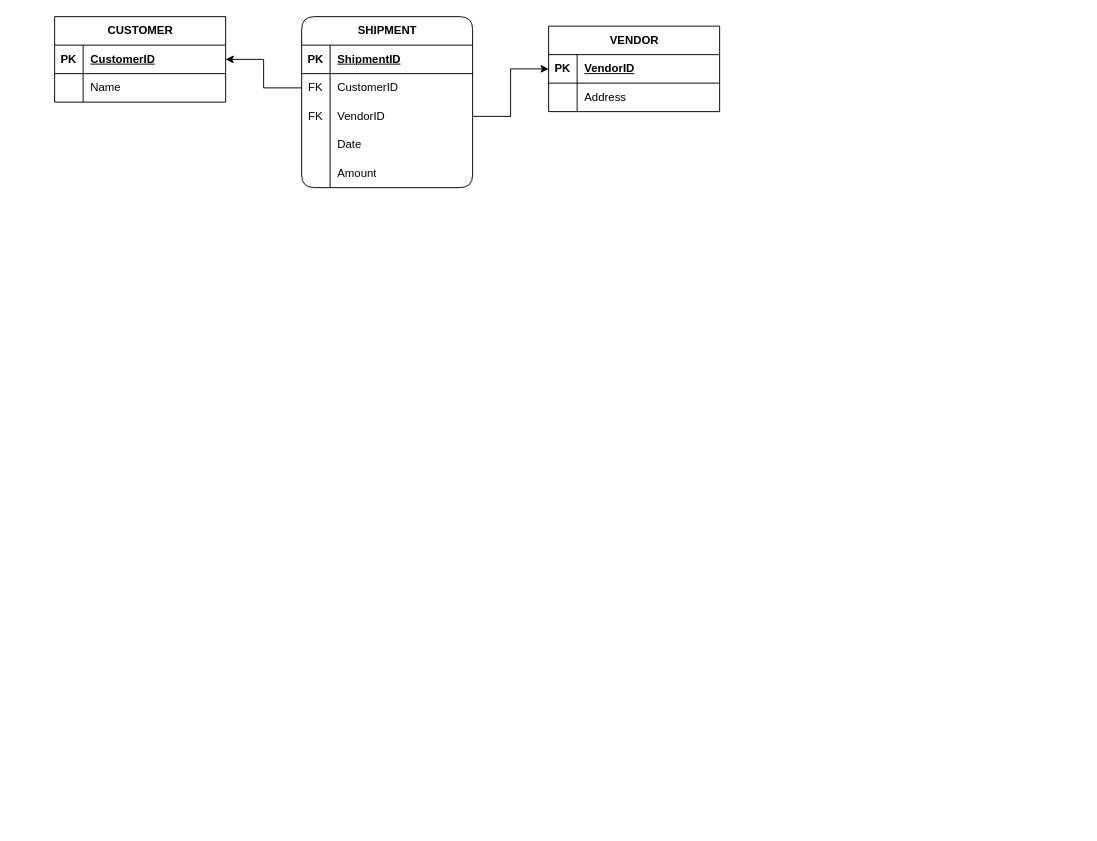
Before: C4 ERD.drawio in SamanZargarzadeh/ERD, a draw.io diagram. Source tidied: cells renumbered, new cells numbered last; positions are measured from the earlier drawing's top-left corner, leaving out a move shared by most shapes. Both pictures are drawn from the tidied source at 95%, with x=0, y=0 at pixel (54, 16).
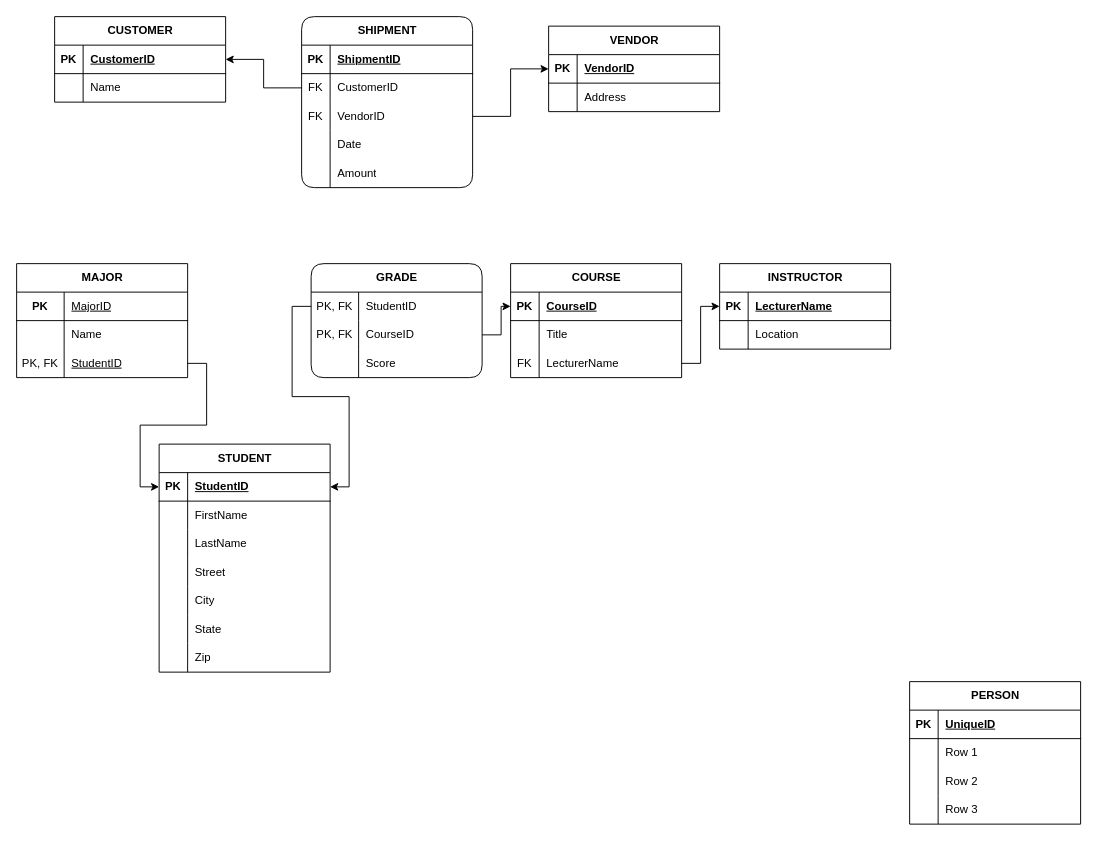
Above is the later version.

Diff of the diagram source:
```diff
@@
+    <mxCell id="36" value="STUDENT" style="shape=table;startSize=30;childLayout=tableLayout;rowLines=0;fontStyle=1;align=center;html=1;" parent="1" vertex="1">
+      <mxGeometry x="110" y="450" width="180" height="240" as="geometry" />
+    </mxCell>
+    <mxCell id="37" style="shape=tableRow;horizontal=0;startSize=0;swimlaneHead=0;swimlaneBody=0;fillColor=none;points=[[0,0.5],[1,0.5]];portConstraint=eastwest;top=0;left=0;right=0;bottom=1;" parent="36" vertex="1">
+      <mxGeometry y="30" width="180" height="30" as="geometry" />
+    </mxCell>
+    <mxCell id="38" value="PK" style="shape=partialRectangle;fillColor=none;top=0;left=0;bottom=0;right=0;fontStyle=1;overflow=hidden;whiteSpace=wrap;html=1;" parent="37" vertex="1">
+      <mxGeometry width="30" height="30" as="geometry" />
+    </mxCell>
+    <mxCell id="39" value="StudentID" style="shape=partialRectangle;fillColor=none;top=0;left=0;bottom=0;right=0;align=left;spacingLeft=6;fontStyle=5;overflow=hidden;whiteSpace=wrap;html=1;" parent="37" vertex="1">
+      <mxGeometry x="30" width="150" height="30" as="geometry" />
+    </mxCell>
+    <mxCell id="40" style="shape=tableRow;horizontal=0;startSize=0;swimlaneHead=0;swimlaneBody=0;fillColor=none;top=0;left=0;right=0;bottom=0;" parent="36" vertex="1">
+      <mxGeometry y="60" width="180" height="30" as="geometry" />
+    </mxCell>
+    <mxCell id="41" style="shape=partialRectangle;fillColor=none;top=0;left=0;bottom=0;right=0;overflow=hidden;whiteSpace=wrap;html=1;" parent="40" vertex="1">
+      <mxGeometry width="30" height="30" as="geometry" />
+    </mxCell>
+    <mxCell id="42" value="FirstName" style="shape=partialRectangle;fillColor=none;top=0;left=0;bottom=0;right=0;align=left;spacingLeft=6;overflow=hidden;whiteSpace=wrap;html=1;" parent="40" vertex="1">
+      <mxGeometry x="30" width="150" height="30" as="geometry" />
+    </mxCell>
+    <mxCell id="43" style="shape=tableRow;horizontal=0;startSize=0;swimlaneHead=0;swimlaneBody=0;fillColor=none;top=0;left=0;right=0;bottom=0;" parent="36" vertex="1">
+      <mxGeometry y="90" width="180" height="30" as="geometry" />
+    </mxCell>
+    <mxCell id="44" style="shape=partialRectangle;fillColor=none;top=0;left=0;bottom=0;right=0;overflow=hidden;whiteSpace=wrap;html=1;" parent="43" vertex="1">
+      <mxGeometry width="30" height="30" as="geometry" />
+    </mxCell>
+    <mxCell id="45" value="LastName" style="shape=partialRectangle;fillColor=none;top=0;left=0;bottom=0;right=0;align=left;spacingLeft=6;overflow=hidden;whiteSpace=wrap;html=1;" parent="43" vertex="1">
+      <mxGeometry x="30" width="150" height="30" as="geometry" />
+    </mxCell>
+    <mxCell id="46" style="shape=tableRow;horizontal=0;startSize=0;swimlaneHead=0;swimlaneBody=0;fillColor=none;top=0;left=0;right=0;bottom=0;" parent="36" vertex="1">
+      <mxGeometry y="120" width="180" height="30" as="geometry" />
+    </mxCell>
+    <mxCell id="47" style="shape=partialRectangle;fillColor=none;top=0;left=0;bottom=0;right=0;overflow=hidden;whiteSpace=wrap;html=1;" parent="46" vertex="1">
+      <mxGeometry width="30" height="30" as="geometry" />
+    </mxCell>
+    <mxCell id="48" value="Street" style="shape=partialRectangle;fillColor=none;top=0;left=0;bottom=0;right=0;align=left;spacingLeft=6;overflow=hidden;whiteSpace=wrap;html=1;" parent="46" vertex="1">
+      <mxGeometry x="30" width="150" height="30" as="geometry" />
+    </mxCell>
+    <mxCell id="49" style="shape=tableRow;horizontal=0;startSize=0;swimlaneHead=0;swimlaneBody=0;fillColor=none;top=0;left=0;right=0;bottom=0;" parent="36" vertex="1">
+      <mxGeometry y="150" width="180" height="30" as="geometry" />
+    </mxCell>
+    <mxCell id="50" style="shape=partialRectangle;fillColor=none;top=0;left=0;bottom=0;right=0;overflow=hidden;whiteSpace=wrap;html=1;" parent="49" vertex="1">
+      <mxGeometry width="30" height="30" as="geometry" />
+    </mxCell>
+    <mxCell id="51" value="City" style="shape=partialRectangle;fillColor=none;top=0;left=0;bottom=0;right=0;align=left;spacingLeft=6;overflow=hidden;whiteSpace=wrap;html=1;" parent="49" vertex="1">
+      <mxGeometry x="30" width="150" height="30" as="geometry" />
+    </mxCell>
+    <mxCell id="52" style="shape=tableRow;horizontal=0;startSize=0;swimlaneHead=0;swimlaneBody=0;fillColor=none;top=0;left=0;right=0;bottom=0;" parent="36" vertex="1">
+      <mxGeometry y="180" width="180" height="30" as="geometry" />
+    </mxCell>
+    <mxCell id="53" style="shape=partialRectangle;fillColor=none;top=0;left=0;bottom=0;right=0;overflow=hidden;whiteSpace=wrap;html=1;" parent="52" vertex="1">
+      <mxGeometry width="30" height="30" as="geometry" />
+    </mxCell>
+    <mxCell id="54" value="State" style="shape=partialRectangle;fillColor=none;top=0;left=0;bottom=0;right=0;align=left;spacingLeft=6;overflow=hidden;whiteSpace=wrap;html=1;" parent="52" vertex="1">
+      <mxGeometry x="30" width="150" height="30" as="geometry" />
+    </mxCell>
+    <mxCell id="55" style="shape=tableRow;horizontal=0;startSize=0;swimlaneHead=0;swimlaneBody=0;fillColor=none;top=0;left=0;right=0;bottom=0;" parent="36" vertex="1">
+      <mxGeometry y="210" width="180" height="30" as="geometry" />
+    </mxCell>
+    <mxCell id="56" style="shape=partialRectangle;fillColor=none;top=0;left=0;bottom=0;right=0;overflow=hidden;whiteSpace=wrap;html=1;" parent="55" vertex="1">
+      <mxGeometry width="30" height="30" as="geometry" />
+    </mxCell>
+    <mxCell id="57" value="Zip" style="shape=partialRectangle;fillColor=none;top=0;left=0;bottom=0;right=0;align=left;spacingLeft=6;overflow=hidden;whiteSpace=wrap;html=1;" parent="55" vertex="1">
+      <mxGeometry x="30" width="150" height="30" as="geometry" />
+    </mxCell>
+    <mxCell id="58" value="COURSE" style="shape=table;startSize=30;childLayout=tableLayout;rowLines=0;fontStyle=1;align=center;html=1;" parent="1" vertex="1">
+      <mxGeometry x="480" y="260" width="180" height="120" as="geometry" />
+    </mxCell>
+    <mxCell id="59" style="shape=tableRow;horizontal=0;startSize=0;swimlaneHead=0;swimlaneBody=0;fillColor=none;points=[[0,0.5],[1,0.5]];portConstraint=eastwest;top=0;left=0;right=0;bottom=1;" parent="58" vertex="1">
+      <mxGeometry y="30" width="180" height="30" as="geometry" />
+    </mxCell>
+    <mxCell id="60" value="PK" style="shape=partialRectangle;fillColor=none;top=0;left=0;bottom=0;right=0;fontStyle=1;overflow=hidden;whiteSpace=wrap;html=1;" parent="59" vertex="1">
+      <mxGeometry width="30" height="30" as="geometry" />
+    </mxCell>
+    <mxCell id="61" value="CourseID" style="shape=partialRectangle;fillColor=none;top=0;left=0;bottom=0;right=0;align=left;spacingLeft=6;fontStyle=5;overflow=hidden;whiteSpace=wrap;html=1;" parent="59" vertex="1">
+      <mxGeometry x="30" width="150" height="30" as="geometry" />
+    </mxCell>
+    <mxCell id="62" style="shape=tableRow;horizontal=0;startSize=0;swimlaneHead=0;swimlaneBody=0;fillColor=none;top=0;left=0;right=0;bottom=0;" parent="58" vertex="1">
+      <mxGeometry y="60" width="180" height="30" as="geometry" />
+    </mxCell>
+    <mxCell id="63" style="shape=partialRectangle;fillColor=none;top=0;left=0;bottom=0;right=0;overflow=hidden;whiteSpace=wrap;html=1;" parent="62" vertex="1">
+      <mxGeometry width="30" height="30" as="geometry" />
+    </mxCell>
+    <mxCell id="64" value="Title" style="shape=partialRectangle;fillColor=none;top=0;left=0;bottom=0;right=0;align=left;spacingLeft=6;overflow=hidden;whiteSpace=wrap;html=1;" parent="62" vertex="1">
+      <mxGeometry x="30" width="150" height="30" as="geometry" />
+    </mxCell>
+    <mxCell id="65" style="shape=tableRow;horizontal=0;startSize=0;swimlaneHead=0;swimlaneBody=0;fillColor=none;points=[[0,0.5],[1,0.5]];portConstraint=eastwest;top=0;left=0;right=0;bottom=0;" parent="58" vertex="1">
+      <mxGeometry y="90" width="180" height="30" as="geometry" />
+    </mxCell>
+    <mxCell id="66" value="FK" style="shape=partialRectangle;fillColor=none;top=0;left=0;bottom=0;right=0;overflow=hidden;whiteSpace=wrap;html=1;" parent="65" vertex="1">
+      <mxGeometry width="30" height="30" as="geometry" />
+    </mxCell>
+    <mxCell id="67" value="LecturerName" style="shape=partialRectangle;fillColor=none;top=0;left=0;bottom=0;right=0;align=left;spacingLeft=6;overflow=hidden;whiteSpace=wrap;html=1;" parent="65" vertex="1">
+      <mxGeometry x="30" width="150" height="30" as="geometry" />
+    </mxCell>
+    <mxCell id="68" value="INSTRUCTOR" style="shape=table;startSize=30;childLayout=tableLayout;rowLines=0;fontStyle=1;align=center;html=1;" parent="1" vertex="1">
+      <mxGeometry x="700" y="260" width="180" height="90" as="geometry" />
+    </mxCell>
+    <mxCell id="69" style="shape=tableRow;horizontal=0;startSize=0;swimlaneHead=0;swimlaneBody=0;fillColor=none;points=[[0,0.5],[1,0.5]];portConstraint=eastwest;top=0;left=0;right=0;bottom=1;" parent="68" vertex="1">
+      <mxGeometry y="30" width="180" height="30" as="geometry" />
+    </mxCell>
+    <mxCell id="70" value="PK" style="shape=partialRectangle;fillColor=none;top=0;left=0;bottom=0;right=0;fontStyle=1;overflow=hidden;whiteSpace=wrap;html=1;" parent="69" vertex="1">
+      <mxGeometry width="30" height="30" as="geometry" />
+    </mxCell>
+    <mxCell id="71" value="LecturerName" style="shape=partialRectangle;fillColor=none;top=0;left=0;bottom=0;right=0;align=left;spacingLeft=6;fontStyle=5;overflow=hidden;whiteSpace=wrap;html=1;" parent="69" vertex="1">
+      <mxGeometry x="30" width="150" height="30" as="geometry" />
+    </mxCell>
+    <mxCell id="72" style="shape=tableRow;horizontal=0;startSize=0;swimlaneHead=0;swimlaneBody=0;fillColor=none;top=0;left=0;right=0;bottom=0;" parent="68" vertex="1">
+      <mxGeometry y="60" width="180" height="30" as="geometry" />
+    </mxCell>
+    <mxCell id="73" style="shape=partialRectangle;fillColor=none;top=0;left=0;bottom=0;right=0;overflow=hidden;whiteSpace=wrap;html=1;" parent="72" vertex="1">
+      <mxGeometry width="30" height="30" as="geometry" />
+    </mxCell>
+    <mxCell id="74" value="Location" style="shape=partialRectangle;fillColor=none;top=0;left=0;bottom=0;right=0;align=left;spacingLeft=6;overflow=hidden;whiteSpace=wrap;html=1;" parent="72" vertex="1">
+      <mxGeometry x="30" width="150" height="30" as="geometry" />
+    </mxCell>
+    <mxCell id="75" value="MAJOR" style="shape=table;startSize=30;childLayout=tableLayout;rowLines=0;fontStyle=1;align=center;html=1;" parent="1" vertex="1">
+      <mxGeometry x="-40" y="260" width="180" height="120" as="geometry" />
+    </mxCell>
+    <mxCell id="76" style="shape=tableRow;horizontal=0;startSize=0;swimlaneHead=0;swimlaneBody=0;fillColor=none;top=0;left=0;right=0;bottom=1;" parent="75" vertex="1">
+      <mxGeometry y="30" width="180" height="30" as="geometry" />
+    </mxCell>
+    <mxCell id="77" value="PK" style="shape=partialRectangle;fillColor=none;top=0;left=0;bottom=0;right=0;fontStyle=1;overflow=hidden;whiteSpace=wrap;html=1;" parent="76" vertex="1">
+      <mxGeometry width="50" height="30" as="geometry" />
+    </mxCell>
+    <mxCell id="78" value="&lt;span style=&quot;font-weight: normal;&quot;&gt;MajorID&lt;/span&gt;" style="shape=partialRectangle;fillColor=none;top=0;left=0;bottom=0;right=0;align=left;spacingLeft=6;fontStyle=5;overflow=hidden;whiteSpace=wrap;html=1;" parent="76" vertex="1">
+      <mxGeometry x="50" width="130" height="30" as="geometry" />
+    </mxCell>
+    <mxCell id="79" style="shape=tableRow;horizontal=0;startSize=0;swimlaneHead=0;swimlaneBody=0;fillColor=none;top=0;left=0;right=0;bottom=0;" parent="75" vertex="1">
+      <mxGeometry y="60" width="180" height="30" as="geometry" />
+    </mxCell>
+    <mxCell id="80" style="shape=partialRectangle;fillColor=none;top=0;left=0;bottom=0;right=0;overflow=hidden;whiteSpace=wrap;html=1;" parent="79" vertex="1">
+      <mxGeometry width="50" height="30" as="geometry" />
+    </mxCell>
+    <mxCell id="81" value="Name" style="shape=partialRectangle;fillColor=none;top=0;left=0;bottom=0;right=0;align=left;spacingLeft=6;overflow=hidden;whiteSpace=wrap;html=1;" parent="79" vertex="1">
+      <mxGeometry x="50" width="130" height="30" as="geometry" />
+    </mxCell>
+    <mxCell id="82" style="shape=tableRow;horizontal=0;startSize=0;swimlaneHead=0;swimlaneBody=0;fillColor=none;points=[[0,0.5],[1,0.5]];portConstraint=eastwest;top=0;left=0;right=0;bottom=0;" parent="75" vertex="1">
+      <mxGeometry y="90" width="180" height="30" as="geometry" />
+    </mxCell>
+    <mxCell id="83" value="PK, FK" style="shape=partialRectangle;fillColor=none;top=0;left=0;bottom=0;right=0;overflow=hidden;whiteSpace=wrap;html=1;" parent="82" vertex="1">
+      <mxGeometry width="50" height="30" as="geometry" />
+    </mxCell>
+    <mxCell id="84" value="&lt;u&gt;StudentID&lt;/u&gt;" style="shape=partialRectangle;fillColor=none;top=0;left=0;bottom=0;right=0;align=left;spacingLeft=6;overflow=hidden;whiteSpace=wrap;html=1;" parent="82" vertex="1">
+      <mxGeometry x="50" width="130" height="30" as="geometry" />
+    </mxCell>
+    <mxCell id="85" value="GRADE" style="shape=table;startSize=30;childLayout=tableLayout;rowLines=0;fontStyle=1;align=center;html=1;rounded=1;" parent="1" vertex="1">
+      <mxGeometry x="270" y="260" width="180" height="120" as="geometry" />
+    </mxCell>
+    <mxCell id="86" style="shape=tableRow;horizontal=0;startSize=0;swimlaneHead=0;swimlaneBody=0;fillColor=none;points=[[0,0.5],[1,0.5]];portConstraint=eastwest;top=0;left=0;right=0;bottom=0;" parent="85" vertex="1">
+      <mxGeometry y="30" width="180" height="30" as="geometry" />
+    </mxCell>
+    <mxCell id="87" value="PK, FK" style="shape=partialRectangle;fillColor=none;top=0;left=0;bottom=0;right=0;overflow=hidden;whiteSpace=wrap;html=1;" parent="86" vertex="1">
+      <mxGeometry width="50" height="30" as="geometry" />
+    </mxCell>
+    <mxCell id="88" value="StudentID" style="shape=partialRectangle;fillColor=none;top=0;left=0;bottom=0;right=0;align=left;spacingLeft=6;overflow=hidden;whiteSpace=wrap;html=1;" parent="86" vertex="1">
+      <mxGeometry x="50" width="130" height="30" as="geometry" />
+    </mxCell>
+    <mxCell id="89" style="shape=tableRow;horizontal=0;startSize=0;swimlaneHead=0;swimlaneBody=0;fillColor=none;points=[[0,0.5],[1,0.5]];portConstraint=eastwest;top=0;left=0;right=0;bottom=0;" parent="85" vertex="1">
+      <mxGeometry y="60" width="180" height="30" as="geometry" />
+    </mxCell>
+    <mxCell id="90" value="PK, FK" style="shape=partialRectangle;fillColor=none;top=0;left=0;bottom=0;right=0;overflow=hidden;whiteSpace=wrap;html=1;" parent="89" vertex="1">
+      <mxGeometry width="50" height="30" as="geometry" />
+    </mxCell>
+    <mxCell id="91" value="CourseID" style="shape=partialRectangle;fillColor=none;top=0;left=0;bottom=0;right=0;align=left;spacingLeft=6;overflow=hidden;whiteSpace=wrap;html=1;" parent="89" vertex="1">
+      <mxGeometry x="50" width="130" height="30" as="geometry" />
+    </mxCell>
+    <mxCell id="92" style="shape=tableRow;horizontal=0;startSize=0;swimlaneHead=0;swimlaneBody=0;fillColor=none;top=0;left=0;right=0;bottom=0;" parent="85" vertex="1">
+      <mxGeometry y="90" width="180" height="30" as="geometry" />
+    </mxCell>
+    <mxCell id="93" style="shape=partialRectangle;fillColor=none;top=0;left=0;bottom=0;right=0;overflow=hidden;whiteSpace=wrap;html=1;" parent="92" vertex="1">
+      <mxGeometry width="50" height="30" as="geometry" />
+    </mxCell>
+    <mxCell id="94" value="Score" style="shape=partialRectangle;fillColor=none;top=0;left=0;bottom=0;right=0;align=left;spacingLeft=6;overflow=hidden;whiteSpace=wrap;html=1;" parent="92" vertex="1">
+      <mxGeometry x="50" width="130" height="30" as="geometry" />
+    </mxCell>
+    <mxCell id="95" style="edgeStyle=orthogonalEdgeStyle;rounded=0;jettySize=auto;html=1;entryX=0;entryY=0.5;entryDx=0;entryDy=0;" parent="1" edge="1" source="82" target="37">
+      <mxGeometry relative="1" as="geometry" />
+    </mxCell>
+    <mxCell id="96" style="edgeStyle=orthogonalEdgeStyle;rounded=0;jettySize=auto;html=1;entryX=0;entryY=0.5;entryDx=0;entryDy=0;" parent="1" edge="1" source="65" target="69">
+      <mxGeometry relative="1" as="geometry" />
+    </mxCell>
+    <mxCell id="97" style="edgeStyle=orthogonalEdgeStyle;rounded=0;jettySize=auto;html=1;entryX=1;entryY=0.5;entryDx=0;entryDy=0;" parent="1" edge="1" source="86" target="37">
+      <mxGeometry relative="1" as="geometry" />
+    </mxCell>
+    <mxCell id="98" style="edgeStyle=orthogonalEdgeStyle;rounded=0;jettySize=auto;html=1;entryX=0;entryY=0.5;entryDx=0;entryDy=0;" parent="1" edge="1" source="89" target="59">
+      <mxGeometry relative="1" as="geometry" />
+    </mxCell>
+    <mxCell id="99" value="PERSON" style="shape=table;startSize=30;childLayout=tableLayout;rowLines=0;fontStyle=1;align=center;html=1;" parent="1" vertex="1">
+      <mxGeometry x="900" y="700" width="180" height="150" as="geometry" />
+    </mxCell>
+    <mxCell id="100" style="shape=tableRow;horizontal=0;startSize=0;swimlaneHead=0;swimlaneBody=0;fillColor=none;top=0;left=0;right=0;bottom=1;" parent="99" vertex="1">
+      <mxGeometry y="30" width="180" height="30" as="geometry" />
+    </mxCell>
+    <mxCell id="101" value="PK" style="shape=partialRectangle;fillColor=none;top=0;left=0;bottom=0;right=0;fontStyle=1;overflow=hidden;whiteSpace=wrap;html=1;" parent="100" vertex="1">
+      <mxGeometry width="30" height="30" as="geometry" />
+    </mxCell>
+    <mxCell id="102" value="UniqueID" style="shape=partialRectangle;fillColor=none;top=0;left=0;bottom=0;right=0;align=left;spacingLeft=6;fontStyle=5;overflow=hidden;whiteSpace=wrap;html=1;" parent="100" vertex="1">
+      <mxGeometry x="30" width="150" height="30" as="geometry" />
+    </mxCell>
+    <mxCell id="103" style="shape=tableRow;horizontal=0;startSize=0;swimlaneHead=0;swimlaneBody=0;fillColor=none;top=0;left=0;right=0;bottom=0;" parent="99" vertex="1">
+      <mxGeometry y="60" width="180" height="30" as="geometry" />
+    </mxCell>
+    <mxCell id="104" style="shape=partialRectangle;fillColor=none;top=0;left=0;bottom=0;right=0;overflow=hidden;whiteSpace=wrap;html=1;" parent="103" vertex="1">
+      <mxGeometry width="30" height="30" as="geometry" />
+    </mxCell>
+    <mxCell id="105" value="Row 1" style="shape=partialRectangle;fillColor=none;top=0;left=0;bottom=0;right=0;align=left;spacingLeft=6;overflow=hidden;whiteSpace=wrap;html=1;" parent="103" vertex="1">
+      <mxGeometry x="30" width="150" height="30" as="geometry" />
+    </mxCell>
+    <mxCell id="106" style="shape=tableRow;horizontal=0;startSize=0;swimlaneHead=0;swimlaneBody=0;fillColor=none;top=0;left=0;right=0;bottom=0;" parent="99" vertex="1">
+      <mxGeometry y="90" width="180" height="30" as="geometry" />
+    </mxCell>
+    <mxCell id="107" style="shape=partialRectangle;fillColor=none;top=0;left=0;bottom=0;right=0;overflow=hidden;whiteSpace=wrap;html=1;" parent="106" vertex="1">
+      <mxGeometry width="30" height="30" as="geometry" />
+    </mxCell>
+    <mxCell id="108" value="Row 2" style="shape=partialRectangle;fillColor=none;top=0;left=0;bottom=0;right=0;align=left;spacingLeft=6;overflow=hidden;whiteSpace=wrap;html=1;" parent="106" vertex="1">
+      <mxGeometry x="30" width="150" height="30" as="geometry" />
+    </mxCell>
+    <mxCell id="109" style="shape=tableRow;horizontal=0;startSize=0;swimlaneHead=0;swimlaneBody=0;fillColor=none;top=0;left=0;right=0;bottom=0;" parent="99" vertex="1">
+      <mxGeometry y="120" width="180" height="30" as="geometry" />
+    </mxCell>
+    <mxCell id="110" style="shape=partialRectangle;fillColor=none;top=0;left=0;bottom=0;right=0;overflow=hidden;whiteSpace=wrap;html=1;" parent="109" vertex="1">
+      <mxGeometry width="30" height="30" as="geometry" />
+    </mxCell>
+    <mxCell id="111" value="Row 3" style="shape=partialRectangle;fillColor=none;top=0;left=0;bottom=0;right=0;align=left;spacingLeft=6;overflow=hidden;whiteSpace=wrap;html=1;" parent="109" vertex="1">
+      <mxGeometry x="30" width="150" height="30" as="geometry" />
+    </mxCell>
```
